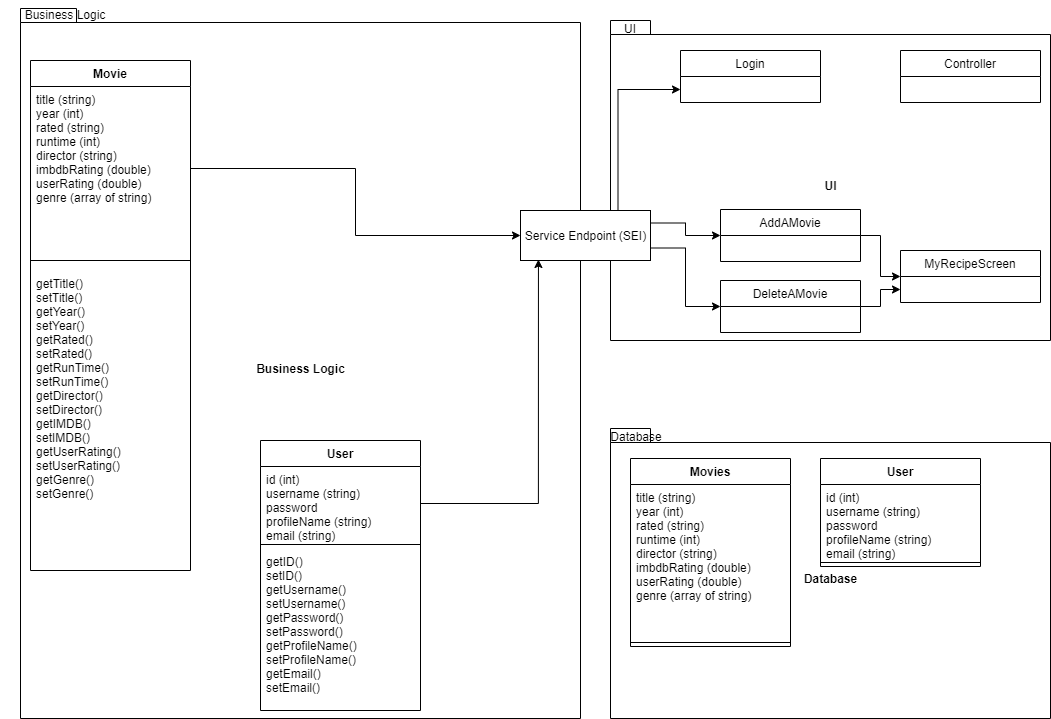
serhanmd/Movie-Manager keeps this draw.io diagram as MovieClassDiagramImage.png. Above is the earlier version. Source tidied: cells renumbered, new cells last; positions are measured from the earlier drawing's top-left corner, leaving out a move shared by most shapes. Source of this version:
```xml
<mxGraphModel>
  <root>
    <mxCell id="0" />
    <mxCell id="1" parent="0" />
    <mxCell id="2" value="UI" style="shape=folder;fontStyle=1;spacingTop=10;tabWidth=40;tabHeight=14;tabPosition=left;html=1;" parent="1" vertex="1">
      <mxGeometry x="610" y="20" width="440" height="320" as="geometry" />
    </mxCell>
    <mxCell id="3" value="Business Logic" style="shape=folder;fontStyle=1;spacingTop=10;tabWidth=40;tabHeight=14;tabPosition=left;html=1;" parent="1" vertex="1">
      <mxGeometry x="20" y="8" width="560" height="710" as="geometry" />
    </mxCell>
    <mxCell id="4" value="Movie" style="swimlane;fontStyle=1;align=center;verticalAlign=top;horizontal=1;startSize=26;" parent="1" vertex="1">
      <mxGeometry x="30" y="60" width="160" height="510" as="geometry" />
    </mxCell>
    <mxCell id="5" value="title (string)&#10;year (int)&#10;rated (string)&#10;runtime (int)&#10;director (string)&#10;imbdbRating (double)&#10;userRating (double)&#10;genre (array of string)" style="text;strokeColor=none;fillColor=none;align=left;verticalAlign=top;spacingLeft=4;spacingRight=4;overflow=hidden;points=[[0,0.5],[1,0.5]];portConstraint=eastwest;" parent="4" vertex="1">
      <mxGeometry y="26" width="160" height="164" as="geometry" />
    </mxCell>
    <mxCell id="6" style="line;strokeWidth=1;fillColor=none;align=left;verticalAlign=middle;spacingTop=-1;spacingLeft=3;spacingRight=3;labelPosition=right;" parent="4" vertex="1">
      <mxGeometry y="190" width="160" height="20" as="geometry" />
    </mxCell>
    <mxCell id="7" value="getTitle()&#10;setTitle()&#10;getYear()&#10;setYear()&#10;getRated()&#10;setRated()&#10;getRunTime()&#10;setRunTime()&#10;getDirector()&#10;setDirector()&#10;getIMDB()&#10;setIMDB()&#10;getUserRating()&#10;setUserRating()&#10;getGenre()&#10;setGenre()&#10;" style="text;strokeColor=none;fillColor=none;align=left;verticalAlign=top;spacingLeft=4;spacingRight=4;overflow=hidden;" parent="4" vertex="1">
      <mxGeometry y="210" width="160" height="300" as="geometry" />
    </mxCell>
    <mxCell id="8" style="edgeStyle=orthogonalEdgeStyle;rounded=0;jettySize=auto;html=1;exitX=0.75;exitY=0;exitDx=0;exitDy=0;entryX=0;entryY=0.75;entryDx=0;entryDy=0;" parent="1" edge="1" source="11" target="17">
      <mxGeometry relative="1" as="geometry" />
    </mxCell>
    <mxCell id="9" style="edgeStyle=orthogonalEdgeStyle;rounded=0;jettySize=auto;html=1;exitX=1;exitY=0.25;exitDx=0;exitDy=0;entryX=0;entryY=0.5;entryDx=0;entryDy=0;" parent="1" edge="1" source="11" target="14">
      <mxGeometry relative="1" as="geometry" />
    </mxCell>
    <mxCell id="10" style="edgeStyle=orthogonalEdgeStyle;rounded=0;jettySize=auto;html=1;exitX=1;exitY=0.75;exitDx=0;exitDy=0;entryX=0;entryY=0.5;entryDx=0;entryDy=0;" parent="1" edge="1" source="11" target="31">
      <mxGeometry relative="1" as="geometry" />
    </mxCell>
    <mxCell id="11" value="Service Endpoint (SEI)" style="html=1;" parent="1" vertex="1">
      <mxGeometry x="520" y="210" width="130" height="50" as="geometry" />
    </mxCell>
    <mxCell id="12" style="edgeStyle=orthogonalEdgeStyle;rounded=0;jettySize=auto;html=1;entryX=0.138;entryY=0.98;entryDx=0;entryDy=0;entryPerimeter=0;" parent="1" edge="1" source="26" target="11">
      <mxGeometry relative="1" as="geometry" />
    </mxCell>
    <mxCell id="13" style="edgeStyle=orthogonalEdgeStyle;rounded=0;jettySize=auto;html=1;exitX=1;exitY=0.5;exitDx=0;exitDy=0;entryX=0;entryY=0.5;entryDx=0;entryDy=0;" parent="1" edge="1" source="14" target="15">
      <mxGeometry relative="1" as="geometry" />
    </mxCell>
    <mxCell id="14" value="AddAMovie" style="swimlane;fontStyle=0;horizontal=1;startSize=26;fillColor=none;" parent="1" vertex="1">
      <mxGeometry x="720" y="209" width="140" height="52" as="geometry" />
    </mxCell>
    <mxCell id="15" value="MyRecipeScreen" style="swimlane;fontStyle=0;horizontal=1;startSize=26;fillColor=none;" parent="1" vertex="1">
      <mxGeometry x="900" y="250" width="140" height="52" as="geometry" />
    </mxCell>
    <mxCell id="16" value="Controller" style="swimlane;fontStyle=0;horizontal=1;startSize=26;fillColor=none;" parent="1" vertex="1">
      <mxGeometry x="900" y="50" width="140" height="52" as="geometry" />
    </mxCell>
    <mxCell id="17" value="Login" style="swimlane;fontStyle=0;horizontal=1;startSize=26;fillColor=none;" parent="1" vertex="1">
      <mxGeometry x="680" y="50" width="140" height="52" as="geometry" />
    </mxCell>
    <mxCell id="18" value="Database" style="shape=folder;fontStyle=1;spacingTop=10;tabWidth=40;tabHeight=14;tabPosition=left;html=1;" parent="1" vertex="1">
      <mxGeometry x="610" y="428" width="440" height="290" as="geometry" />
    </mxCell>
    <mxCell id="19" value="Movies" style="swimlane;fontStyle=1;align=center;verticalAlign=top;horizontal=1;startSize=26;" parent="1" vertex="1">
      <mxGeometry x="630" y="458" width="160" height="188" as="geometry" />
    </mxCell>
    <mxCell id="20" value="title (string)&#10;year (int)&#10;rated (string)&#10;runtime (int)&#10;director (string)&#10;imbdbRating (double)&#10;userRating (double)&#10;genre (array of string)" style="text;strokeColor=none;fillColor=none;align=left;verticalAlign=top;spacingLeft=4;spacingRight=4;overflow=hidden;" parent="19" vertex="1">
      <mxGeometry y="26" width="160" height="154" as="geometry" />
    </mxCell>
    <mxCell id="21" style="line;strokeWidth=1;fillColor=none;align=left;verticalAlign=middle;spacingTop=-1;spacingLeft=3;spacingRight=3;labelPosition=right;" parent="19" vertex="1">
      <mxGeometry y="180" width="160" height="8" as="geometry" />
    </mxCell>
    <mxCell id="22" value="User" style="swimlane;fontStyle=1;align=center;verticalAlign=top;horizontal=1;startSize=26;" parent="1" vertex="1">
      <mxGeometry x="820" y="458" width="160" height="108" as="geometry" />
    </mxCell>
    <mxCell id="23" value="id (int)&#10;username (string)&#10;password&#10;profileName (string)&#10;email (string)" style="text;strokeColor=none;fillColor=none;align=left;verticalAlign=top;spacingLeft=4;spacingRight=4;overflow=hidden;" parent="22" vertex="1">
      <mxGeometry y="26" width="160" height="74" as="geometry" />
    </mxCell>
    <mxCell id="24" style="line;strokeWidth=1;fillColor=none;align=left;verticalAlign=middle;spacingTop=-1;spacingLeft=3;spacingRight=3;labelPosition=right;" parent="22" vertex="1">
      <mxGeometry y="100" width="160" height="8" as="geometry" />
    </mxCell>
    <mxCell id="25" value="User" style="swimlane;fontStyle=1;align=center;verticalAlign=top;horizontal=1;startSize=26;" parent="1" vertex="1">
      <mxGeometry x="260" y="440" width="160" height="270" as="geometry" />
    </mxCell>
    <mxCell id="26" value="id (int)&#10;username (string)&#10;password&#10;profileName (string)&#10;email (string)" style="text;strokeColor=none;fillColor=none;align=left;verticalAlign=top;spacingLeft=4;spacingRight=4;overflow=hidden;points=[[0,0.5],[1,0.5]];portConstraint=eastwest;" parent="25" vertex="1">
      <mxGeometry y="26" width="160" height="74" as="geometry" />
    </mxCell>
    <mxCell id="27" style="line;strokeWidth=1;fillColor=none;align=left;verticalAlign=middle;spacingTop=-1;spacingLeft=3;spacingRight=3;labelPosition=right;" parent="25" vertex="1">
      <mxGeometry y="100" width="160" height="8" as="geometry" />
    </mxCell>
    <mxCell id="28" value="getID()&#10;setID()&#10;getUsername()&#10;setUsername()&#10;getPassword()&#10;setPassword()&#10;getProfileName()&#10;setProfileName()&#10;getEmail()&#10;setEmail()" style="text;strokeColor=none;fillColor=none;align=left;verticalAlign=top;spacingLeft=4;spacingRight=4;overflow=hidden;" parent="25" vertex="1">
      <mxGeometry y="108" width="160" height="162" as="geometry" />
    </mxCell>
    <mxCell id="29" style="edgeStyle=orthogonalEdgeStyle;rounded=0;jettySize=auto;html=1;" parent="1" edge="1" source="5" target="11">
      <mxGeometry relative="1" as="geometry" />
    </mxCell>
    <mxCell id="30" style="edgeStyle=orthogonalEdgeStyle;rounded=0;jettySize=auto;html=1;exitX=1;exitY=0.5;exitDx=0;exitDy=0;entryX=0;entryY=0.75;entryDx=0;entryDy=0;" parent="1" edge="1" source="31" target="15">
      <mxGeometry relative="1" as="geometry" />
    </mxCell>
    <mxCell id="31" value="DeleteAMovie" style="swimlane;fontStyle=0;horizontal=1;startSize=26;fillColor=none;" parent="1" vertex="1">
      <mxGeometry x="720" y="280" width="140" height="52" as="geometry" />
    </mxCell>
    <mxCell id="32" value="Business Logic" style="text;html=1;strokeColor=none;fillColor=none;align=center;verticalAlign=middle;whiteSpace=wrap;rounded=0;" parent="1" vertex="1">
      <mxGeometry width="130" height="28" as="geometry" />
    </mxCell>
    <mxCell id="33" value="UI" style="text;html=1;strokeColor=none;fillColor=none;align=center;verticalAlign=middle;whiteSpace=wrap;rounded=0;" parent="1" vertex="1">
      <mxGeometry x="610" y="18" width="40" height="20" as="geometry" />
    </mxCell>
    <mxCell id="34" value="Database" style="text;html=1;strokeColor=none;fillColor=none;align=center;verticalAlign=middle;whiteSpace=wrap;rounded=0;" parent="1" vertex="1">
      <mxGeometry x="616" y="426" width="40" height="20" as="geometry" />
    </mxCell>
  </root>
</mxGraphModel>
```
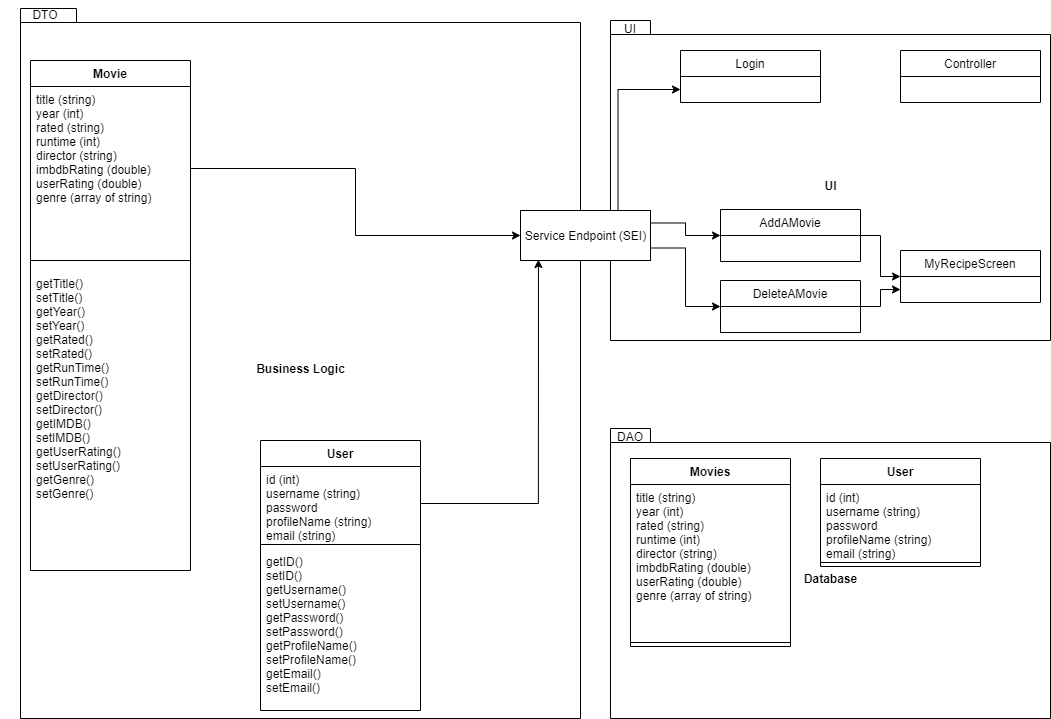
Above is the later version.

Diff of the diagram source:
```diff
@@ -92,14 +92,14 @@
     <mxCell id="31" value="DeleteAMovie" style="swimlane;fontStyle=0;horizontal=1;startSize=26;fillColor=none;" parent="1" vertex="1">
       <mxGeometry x="720" y="280" width="140" height="52" as="geometry" />
     </mxCell>
-    <mxCell id="32" value="Business Logic" style="text;html=1;strokeColor=none;fillColor=none;align=center;verticalAlign=middle;whiteSpace=wrap;rounded=0;" parent="1" vertex="1">
-      <mxGeometry width="130" height="28" as="geometry" />
+    <mxCell id="32" value="DTO" style="text;html=1;strokeColor=none;fillColor=none;align=center;verticalAlign=middle;whiteSpace=wrap;rounded=0;" parent="1" vertex="1">
+      <mxGeometry width="90" height="28" as="geometry" />
     </mxCell>
     <mxCell id="33" value="UI" style="text;html=1;strokeColor=none;fillColor=none;align=center;verticalAlign=middle;whiteSpace=wrap;rounded=0;" parent="1" vertex="1">
       <mxGeometry x="610" y="18" width="40" height="20" as="geometry" />
     </mxCell>
-    <mxCell id="34" value="Database" style="text;html=1;strokeColor=none;fillColor=none;align=center;verticalAlign=middle;whiteSpace=wrap;rounded=0;" parent="1" vertex="1">
-      <mxGeometry x="616" y="426" width="40" height="20" as="geometry" />
+    <mxCell id="34" value="DAO" style="text;html=1;strokeColor=none;fillColor=none;align=center;verticalAlign=middle;whiteSpace=wrap;rounded=0;" parent="1" vertex="1">
+      <mxGeometry x="610" y="426" width="40" height="20" as="geometry" />
     </mxCell>
   </root>
 </mxGraphModel>
```
